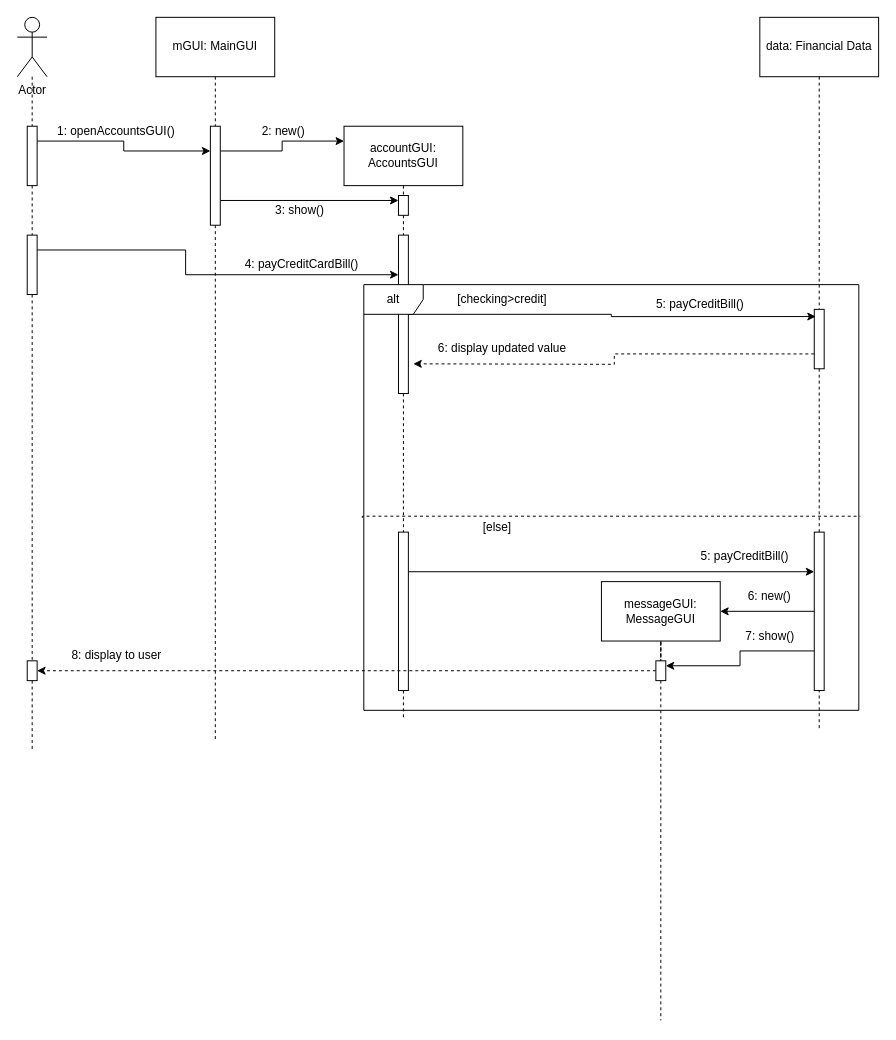
Matt-J-Dong/Financial-Manager keeps this draw.io diagram as FinancialManagerUML/FinancialManagerSequencePayCreditCardBill.drawio. Above is the earlier version. Source tidied: cells renumbered, new cells numbered last; positions are measured from the earlier drawing's top-left corner, leaving out a move shared by most shapes. Both pictures are drawn from the tidied source at 99%, with x=0, y=0 at pixel (17, 17).
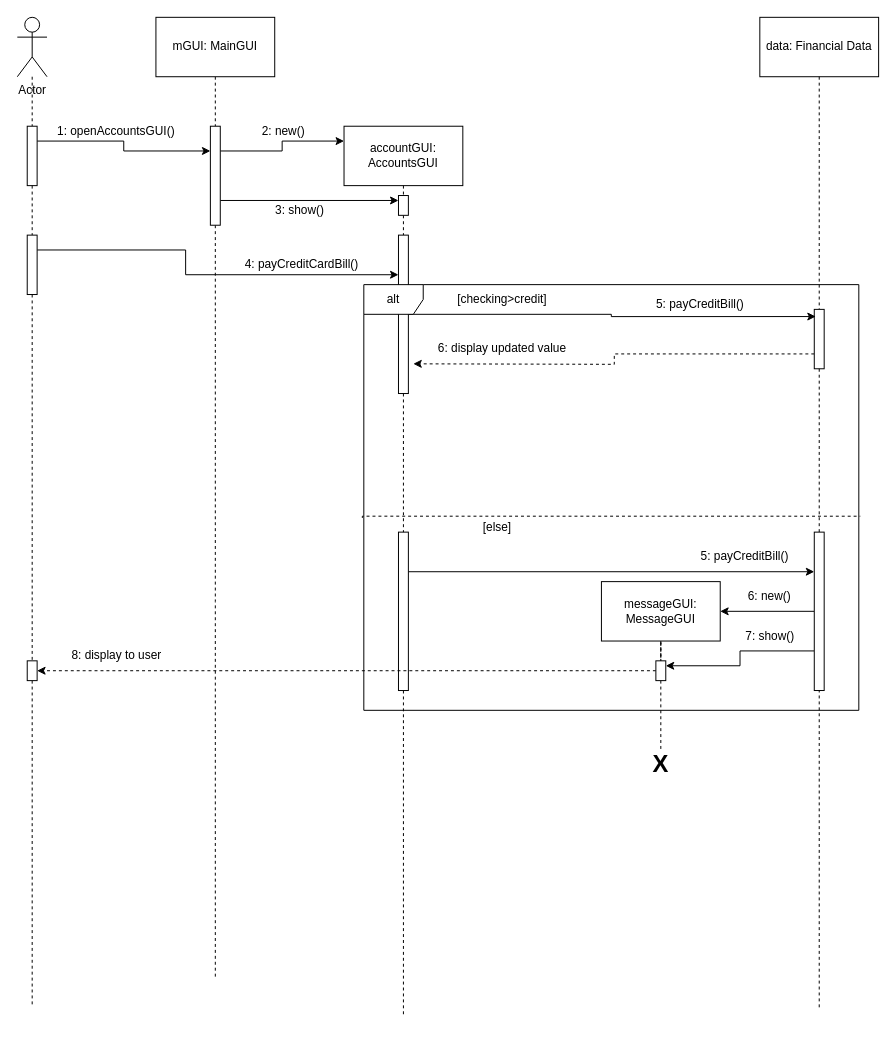
The same diagram, later.

Unchanged cells that the change refers to:
```xml
<mxCell id="12" style="rounded=0;whiteSpace=wrap;html=1;" parent="1" vertex="1">
  <mxGeometry x="195" y="110" width="10" height="100" as="geometry" />
</mxCell>
<mxCell id="14" style="rounded=0;whiteSpace=wrap;html=1;" parent="1" vertex="1">
  <mxGeometry x="385" y="220" width="10" height="160" as="geometry" />
</mxCell>
<mxCell id="18" style="rounded=0;whiteSpace=wrap;html=1;" parent="1" vertex="1">
  <mxGeometry x="10" y="220" width="10" height="60" as="geometry" />
</mxCell>
<mxCell id="21" style="rounded=0;whiteSpace=wrap;html=1;" parent="1" vertex="1">
  <mxGeometry x="805" y="295" width="10" height="60" as="geometry" />
</mxCell>
<mxCell id="48" style="rounded=0;whiteSpace=wrap;html=1;" parent="1" vertex="1">
  <mxGeometry x="645" y="650" width="10" height="20" as="geometry" />
</mxCell>
```

What changed in the source:
```diff
@@
     <mxCell id="11" style="edgeStyle=orthogonalEdgeStyle;rounded=0;jettySize=auto;html=1;dashed=1;endArrow=none;endFill=0;" parent="1" edge="1" source="12">
       <mxGeometry relative="1" as="geometry">
-        <mxPoint x="200" y="730" as="targetPoint" />
+        <mxPoint x="200" y="970" as="targetPoint" />
       </mxGeometry>
     </mxCell>
@@
     <mxCell id="22" style="edgeStyle=orthogonalEdgeStyle;rounded=0;jettySize=auto;html=1;endArrow=none;endFill=0;dashed=1;" parent="1" edge="1" source="18">
       <mxGeometry relative="1" as="geometry">
-        <mxPoint x="15" y="740" as="targetPoint" />
+        <mxPoint x="15" y="1000" as="targetPoint" />
       </mxGeometry>
     </mxCell>
@@
     <mxCell id="29" style="edgeStyle=orthogonalEdgeStyle;rounded=0;jettySize=auto;html=1;exitX=0.5;exitY=1;exitDx=0;exitDy=0;dashed=1;endArrow=none;endFill=0;" parent="1" edge="1" source="14">
       <mxGeometry relative="1" as="geometry">
-        <mxPoint x="390" y="710" as="targetPoint" />
+        <mxPoint x="390" y="1010" as="targetPoint" />
       </mxGeometry>
     </mxCell>
     <mxCell id="30" style="edgeStyle=orthogonalEdgeStyle;rounded=0;jettySize=auto;html=1;dashed=1;endArrow=none;endFill=0;" parent="1" edge="1" source="21">
       <mxGeometry relative="1" as="geometry">
-        <mxPoint x="810" y="720" as="targetPoint" />
+        <mxPoint x="810" y="1000" as="targetPoint" />
       </mxGeometry>
     </mxCell>
@@
     <mxCell id="43" style="edgeStyle=orthogonalEdgeStyle;rounded=0;jettySize=auto;html=1;dashed=1;endArrow=none;endFill=0;" parent="1" edge="1" source="48">
       <mxGeometry relative="1" as="geometry">
-        <mxPoint x="650" y="1013.2" as="targetPoint" />
+        <mxPoint x="650" y="740" as="targetPoint" />
       </mxGeometry>
     </mxCell>
@@
+    <mxCell id="52" value="&lt;b&gt;&lt;font style=&quot;font-size: 24px;&quot;&gt;X&lt;/font&gt;&lt;/b&gt;" style="text;html=1;align=center;verticalAlign=middle;whiteSpace=wrap;rounded=0;" parent="1" vertex="1">
+      <mxGeometry x="620" y="740" width="60" height="30" as="geometry" />
+    </mxCell>
```
